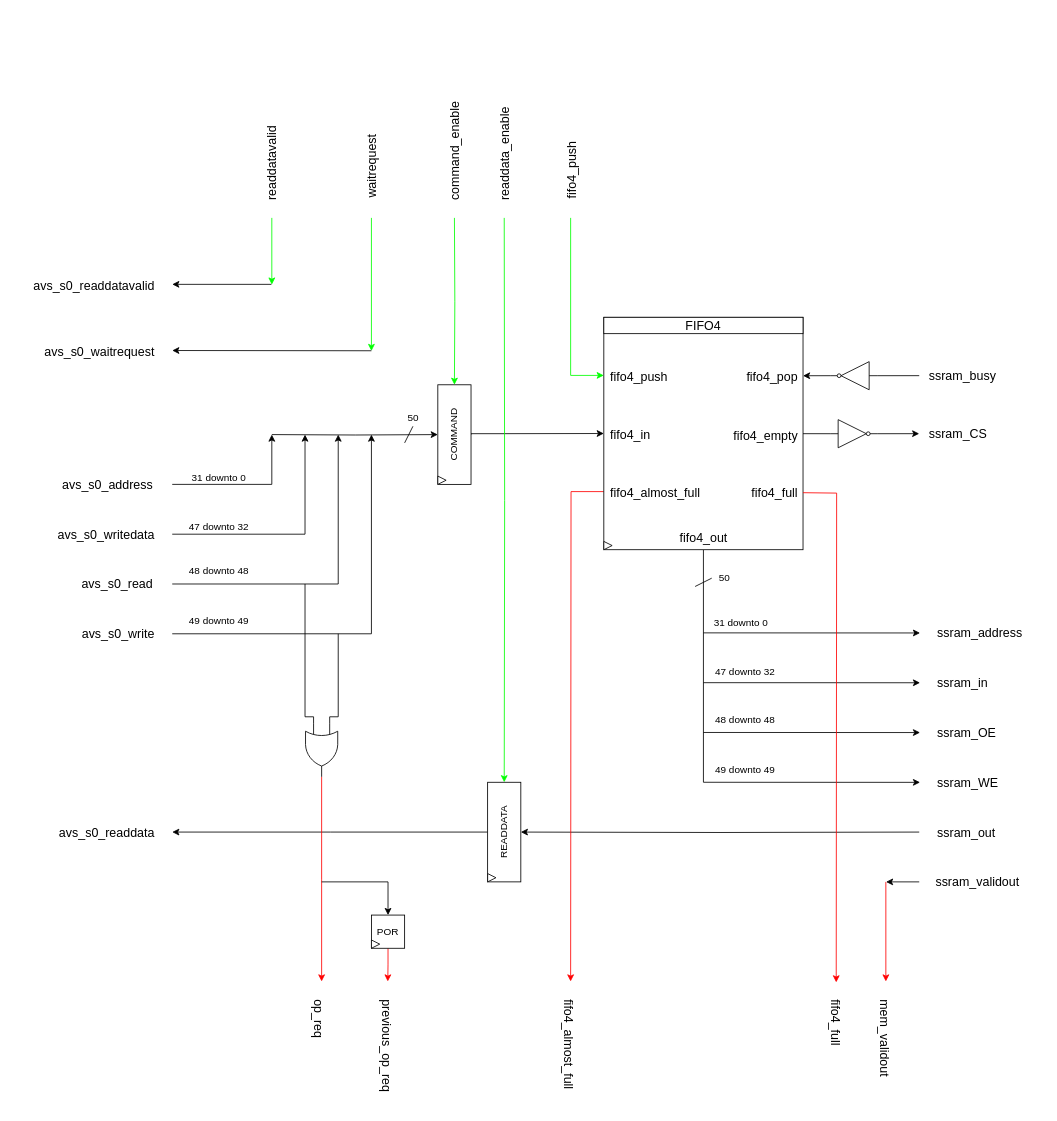
Earlier version of the draw.io diagram page "AvalonMM_to_SSRAM: RTL" (2 of 3) of rtl/AvalonMM_to_SSRAM.drawio (AndreaBononi/IP_cores). Source tidied: cells renumbered, new cells numbered last; positions are measured from the earlier drawing's top-left corner, leaving out a move shared by most shapes. Both pictures are drawn from the tidied source at 83%, with x=0, y=0 at pixel (14, 131).
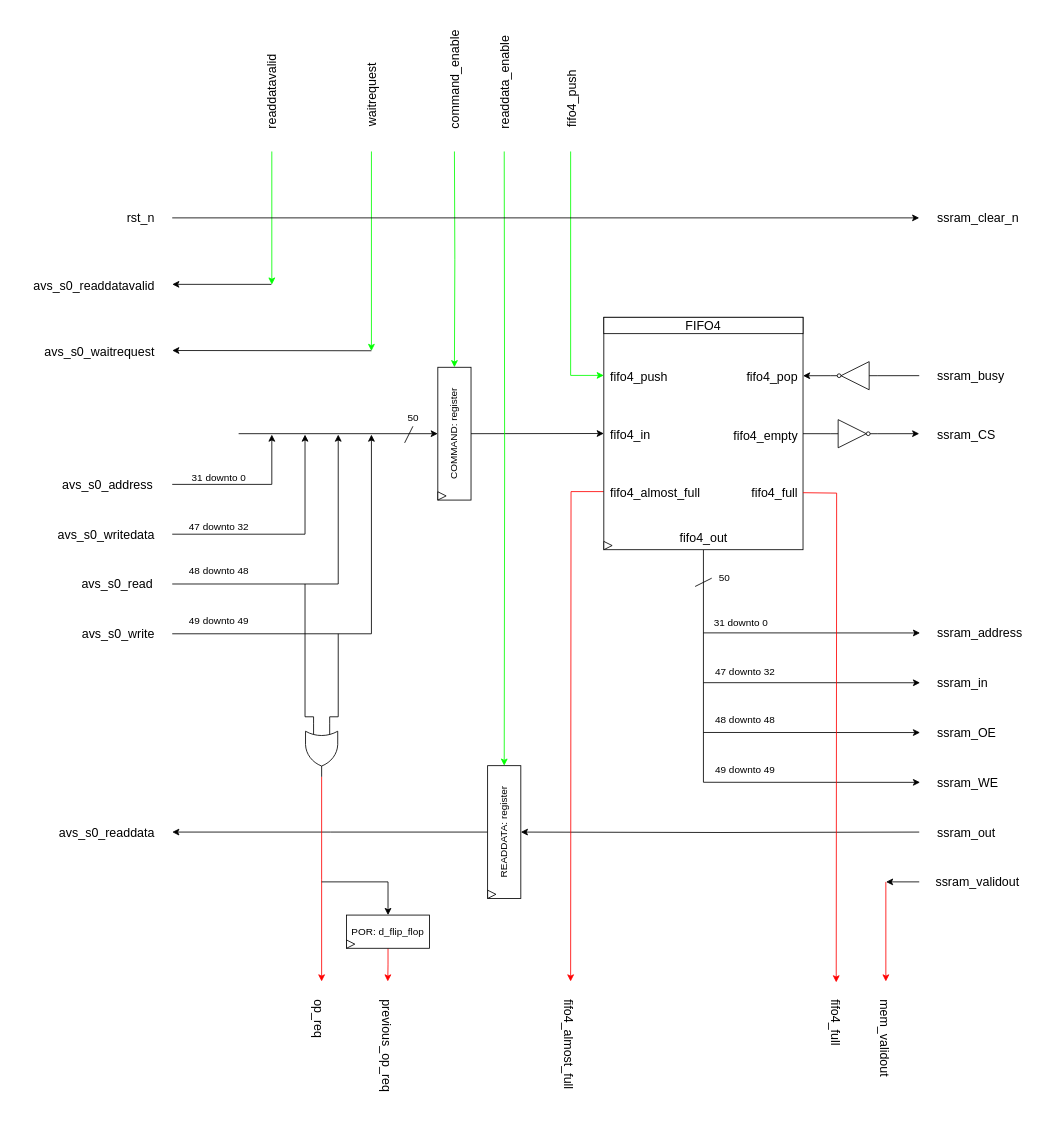
The same diagram, later.

The change refers to these unchanged cells:
```xml
<mxCell id="70" style="rounded=0;whiteSpace=wrap;html=1;direction=south;horizontal=1;" parent="1" vertex="1">
  <mxGeometry x="710" y="223.8" width="240" height="280" as="geometry" />
</mxCell>
```

Diff of the diagram source:
```diff
@@
     <mxCell id="13" value="&lt;font style=&quot;font-size: 15px;&quot;&gt;readdatavalid&lt;/font&gt;" style="text;html=1;align=left;verticalAlign=middle;strokeColor=none;fillColor=none;rotation=-90;" parent="1" vertex="1">
-      <mxGeometry x="255" y="15.1" width="110" height="30" as="geometry" />
+      <mxGeometry x="255" y="-71" width="110" height="30" as="geometry" />
     </mxCell>
@@
     <mxCell id="17" style="endArrow=classic;html=1;rounded=0;strokeColor=#00FF00;endFill=1;" parent="1" edge="1">
       <mxGeometry relative="1" as="geometry">
-        <mxPoint x="310" y="104" as="sourcePoint" />
+        <mxPoint x="310" y="24" as="sourcePoint" />
         <mxPoint x="310" y="184.4" as="targetPoint" />
       </mxGeometry>
     </mxCell>
@@
     <mxCell id="30" style="edgeStyle=orthogonalEdgeStyle;rounded=0;jettySize=auto;html=1;entryX=0;entryY=0.5;entryDx=0;entryDy=0;strokeColor=#00FF00;" parent="1" edge="1" target="31">
       <mxGeometry relative="1" as="geometry">
-        <mxPoint x="590" y="104" as="sourcePoint" />
+        <mxPoint x="590" y="24" as="sourcePoint" />
       </mxGeometry>
     </mxCell>
-    <mxCell id="31" value="READDATA" style="rounded=0;whiteSpace=wrap;html=1;direction=south;horizontal=0;" parent="1" vertex="1">
-      <mxGeometry x="570" y="784" width="40" height="120" as="geometry" />
+    <mxCell id="31" value="READDATA: register" style="rounded=0;whiteSpace=wrap;html=1;direction=south;horizontal=0;" parent="1" vertex="1">
+      <mxGeometry x="570" y="764" width="40" height="160" as="geometry" />
     </mxCell>
     <mxCell id="32" style="triangle;whiteSpace=wrap;html=1;direction=east;" parent="1" vertex="1">
-      <mxGeometry x="570" y="894" width="10" height="10" as="geometry" />
+      <mxGeometry x="570" y="914" width="10" height="10" as="geometry" />
     </mxCell>
@@
-    <mxCell id="34" style="edgeStyle=orthogonalEdgeStyle;rounded=0;jettySize=auto;html=1;entryX=0.5;entryY=1;entryDx=0;entryDy=0;" parent="1" edge="1" target="36">
-      <mxGeometry relative="1" as="geometry">
-        <mxPoint x="310" y="365.1" as="sourcePoint" />
-      </mxGeometry>
-    </mxCell>
     <mxCell id="35" style="edgeStyle=orthogonalEdgeStyle;rounded=0;jettySize=auto;html=1;entryX=0;entryY=0.5;entryDx=0;entryDy=0;strokeColor=#00FF00;" parent="1" edge="1" target="36">
       <mxGeometry relative="1" as="geometry">
-        <mxPoint x="530" y="104" as="sourcePoint" />
+        <mxPoint x="530" y="24" as="sourcePoint" />
       </mxGeometry>
     </mxCell>
+    <mxCell id="92" style="edgeStyle=orthogonalEdgeStyle;rounded=0;orthogonalLoop=1;jettySize=auto;html=1;" parent="1" edge="1">
+      <mxGeometry relative="1" as="geometry">
+        <mxPoint x="270" y="364" as="sourcePoint" />
+        <mxPoint x="510" y="364" as="targetPoint" />
+      </mxGeometry>
+    </mxCell>
-    <mxCell id="36" value="COMMAND" style="rounded=0;whiteSpace=wrap;html=1;direction=south;horizontal=0;" parent="1" vertex="1">
-      <mxGeometry x="510" y="305.1" width="40" height="120" as="geometry" />
+    <mxCell id="36" value="COMMAND: register" style="rounded=0;whiteSpace=wrap;html=1;direction=south;horizontal=0;" parent="1" vertex="1">
+      <mxGeometry x="510" y="284" width="40" height="160" as="geometry" />
     </mxCell>
     <mxCell id="37" style="triangle;whiteSpace=wrap;html=1;direction=east;" parent="1" vertex="1">
-      <mxGeometry x="510" y="415.1" width="10" height="10" as="geometry" />
+      <mxGeometry x="510" y="434" width="10" height="10" as="geometry" />
     </mxCell>
     <mxCell id="38" style="edgeStyle=orthogonalEdgeStyle;rounded=0;jettySize=auto;html=1;strokeColor=#00FF00;entryX=0.25;entryY=1;entryDx=0;entryDy=0;" parent="1" edge="1" target="70">
       <mxGeometry relative="1" as="geometry">
-        <mxPoint x="670" y="104" as="sourcePoint" />
+        <mxPoint x="670" y="24" as="sourcePoint" />
         <Array as="points">
           <mxPoint x="670" y="294.1" />
         </Array>
       </mxGeometry>
     </mxCell>
@@
     <mxCell id="52" style="endArrow=classic;html=1;rounded=0;strokeColor=#00FF00;endFill=1;" parent="1" edge="1">
       <mxGeometry relative="1" as="geometry">
-        <mxPoint x="430" y="104" as="sourcePoint" />
+        <mxPoint x="430" y="24" as="sourcePoint" />
         <mxPoint x="430" y="264.4" as="targetPoint" />
       </mxGeometry>
     </mxCell>
     <mxCell id="53" value="waitrequest" style="text;html=1;align=left;verticalAlign=middle;strokeColor=none;fillColor=none;fontSize=15;rotation=-90;" parent="1" vertex="1">
-      <mxGeometry x="380" y="17.1" width="100" height="30" as="geometry" />
+      <mxGeometry x="380" y="-69" width="100" height="30" as="geometry" />
     </mxCell>
     <mxCell id="54" value="command_enable" style="text;html=1;align=left;verticalAlign=middle;strokeColor=none;fillColor=none;fontSize=15;rotation=-90;" parent="1" vertex="1">
-      <mxGeometry x="460" y="0.1" width="140" height="30" as="geometry" />
+      <mxGeometry x="460" y="-86" width="140" height="30" as="geometry" />
     </mxCell>
     <mxCell id="55" value="readdata_enable" style="text;html=1;align=left;verticalAlign=middle;strokeColor=none;fillColor=none;fontSize=15;rotation=-90;" parent="1" vertex="1">
-      <mxGeometry x="520" y="0.1" width="140" height="30" as="geometry" />
+      <mxGeometry x="520" y="-86" width="140" height="30" as="geometry" />
     </mxCell>
     <mxCell id="56" value="fifo4_push" style="text;html=1;align=left;verticalAlign=middle;strokeColor=none;fillColor=none;fontSize=15;rotation=-90;" parent="1" vertex="1">
-      <mxGeometry x="626" y="23.1" width="90" height="30" as="geometry" />
+      <mxGeometry x="626" y="-63" width="90" height="30" as="geometry" />
     </mxCell>
@@
     <mxCell id="61" value="&lt;font style=&quot;font-size: 15px;&quot;&gt;ssram_&lt;/font&gt;&lt;font style=&quot;font-size: 15px;&quot;&gt;busy&lt;/font&gt;" style="text;html=1;align=left;verticalAlign=middle;strokeColor=none;fillColor=none;" parent="1" vertex="1">
-      <mxGeometry x="1100" y="278.9" width="100" height="30" as="geometry" />
+      <mxGeometry x="1110" y="279.2" width="100" height="30" as="geometry" />
     </mxCell>
@@
     <mxCell id="66" value="&lt;font style=&quot;font-size: 15px;&quot;&gt;ssram_&lt;font style=&quot;font-size: 15px;&quot;&gt;&lt;font style=&quot;font-size: 15px;&quot;&gt;CS&lt;/font&gt;&lt;/font&gt;&lt;/font&gt;" style="text;html=1;align=left;verticalAlign=middle;strokeColor=none;fillColor=none;" parent="1" vertex="1">
-      <mxGeometry x="1100" y="349.2" width="90" height="30" as="geometry" />
+      <mxGeometry x="1110" y="350.2" width="90" height="30" as="geometry" />
     </mxCell>
@@
-    <mxCell id="83" value="POR" style="rounded=0;whiteSpace=wrap;html=1;direction=south;horizontal=1;" parent="1" vertex="1">
-      <mxGeometry x="430" y="944" width="40" height="40" as="geometry" />
+    <mxCell id="83" value="POR: d_flip_flop" style="rounded=0;whiteSpace=wrap;html=1;direction=south;horizontal=1;" parent="1" vertex="1">
+      <mxGeometry x="400" y="944" width="100" height="40" as="geometry" />
     </mxCell>
     <mxCell id="84" style="triangle;whiteSpace=wrap;html=1;direction=east;" parent="1" vertex="1">
-      <mxGeometry x="430" y="974" width="10" height="10" as="geometry" />
+      <mxGeometry x="400" y="974" width="10" height="10" as="geometry" />
     </mxCell>
@@
+    <mxCell id="93" style="endArrow=classic;html=1;rounded=0;fontSize=15;" parent="1" edge="1">
+      <mxGeometry relative="1" as="geometry">
+        <mxPoint x="190" y="104" as="sourcePoint" />
+        <mxPoint x="1090" y="104" as="targetPoint" />
+      </mxGeometry>
+    </mxCell>
+    <mxCell id="94" value="&lt;font style=&quot;font-size: 15px;&quot;&gt;ssram_clear_n&lt;/font&gt;" style="text;html=1;align=left;verticalAlign=middle;strokeColor=none;fillColor=none;" parent="1" vertex="1">
+      <mxGeometry x="1110" y="89" width="120" height="30" as="geometry" />
+    </mxCell>
+    <mxCell id="95" value="&lt;font style=&quot;font-size: 15px;&quot;&gt;rst_n&lt;/font&gt;" style="text;html=1;align=right;verticalAlign=middle;strokeColor=none;fillColor=none;" parent="1" vertex="1">
+      <mxGeometry x="110" y="89" width="60" height="30" as="geometry" />
+    </mxCell>
```
